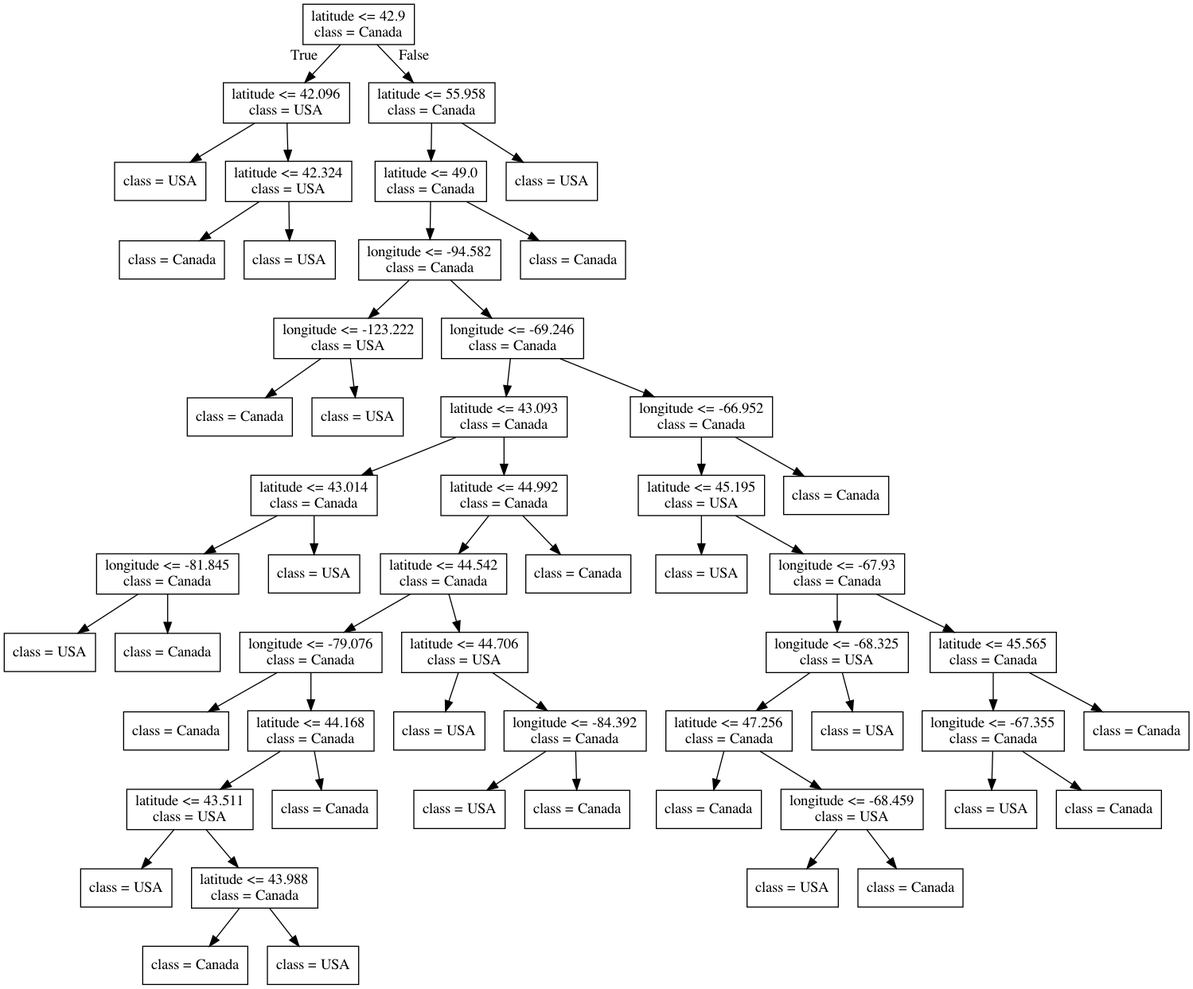
Above: lectures/Source.gv.png in bait509-ubc/BAIT509 (Graphviz), before the change. Its source is kept beside it as lectures/Source.gv.
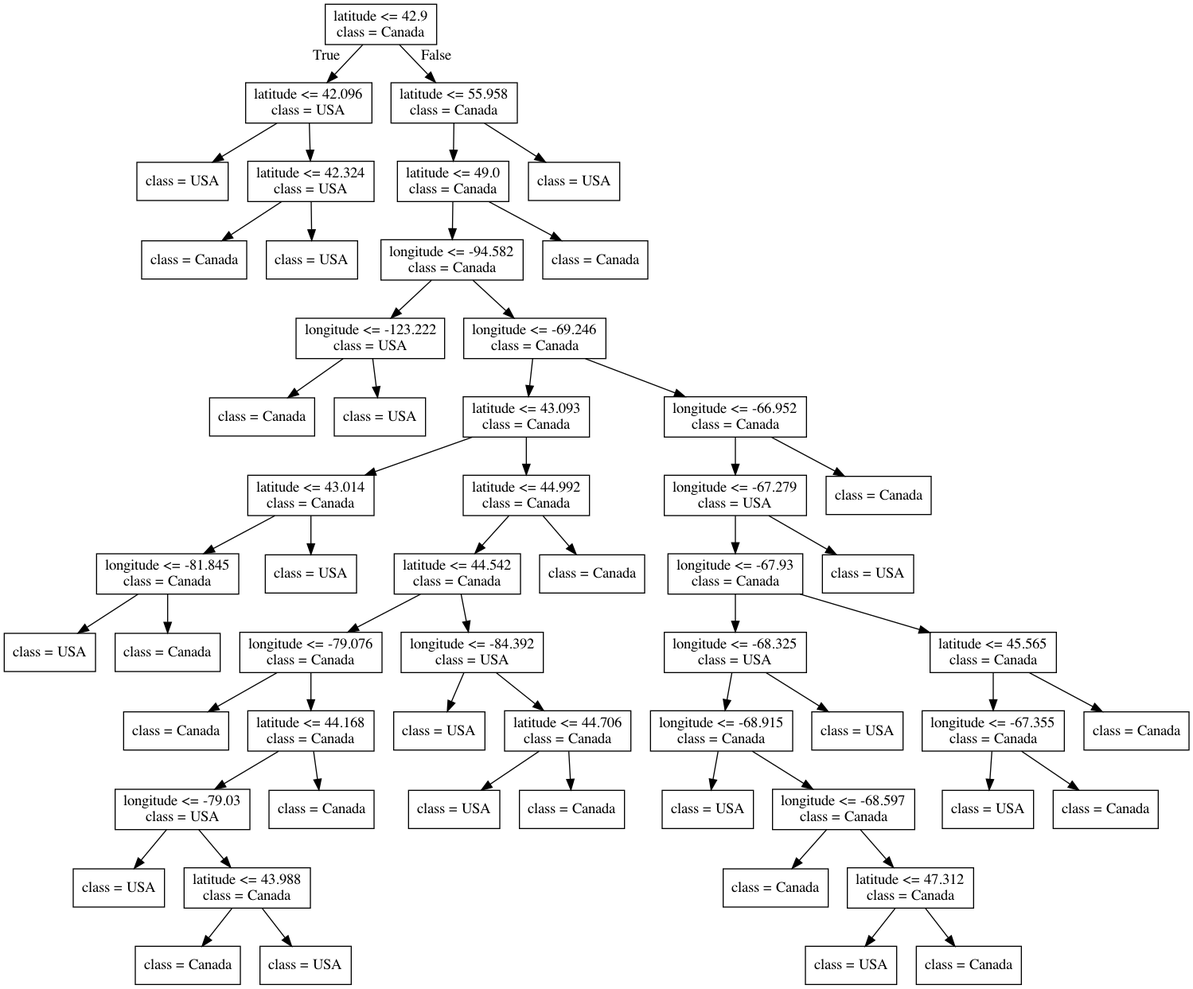
After the commit.

The edit, as a diff of the source:
```diff
@@ -47,7 +47,7 @@
 21 -> 22 ;
 23 [label="latitude <= 44.168\nclass = Canada"] ;
 21 -> 23 ;
-24 [label="latitude <= 43.511\nclass = USA"] ;
+24 [label="longitude <= -79.03\nclass = USA"] ;
 23 -> 24 ;
 25 [label="class = USA"] ;
 24 -> 25 ;
@@ -59,11 +59,11 @@
 26 -> 28 ;
 29 [label="class = Canada"] ;
 23 -> 29 ;
-30 [label="latitude <= 44.706\nclass = USA"] ;
+30 [label="longitude <= -84.392\nclass = USA"] ;
 20 -> 30 ;
 31 [label="class = USA"] ;
 30 -> 31 ;
-32 [label="longitude <= -84.392\nclass = Canada"] ;
+32 [label="latitude <= 44.706\nclass = Canada"] ;
 30 -> 32 ;
 33 [label="class = USA"] ;
 32 -> 33 ;
@@ -73,40 +73,44 @@
 19 -> 35 ;
 36 [label="longitude <= -66.952\nclass = Canada"] ;
 12 -> 36 ;
-37 [label="latitude <= 45.195\nclass = USA"] ;
+37 [label="longitude <= -67.279\nclass = USA"] ;
 36 -> 37 ;
-38 [label="class = USA"] ;
+38 [label="longitude <= -67.93\nclass = Canada"] ;
 37 -> 38 ;
-39 [label="longitude <= -67.93\nclass = Canada"] ;
-37 -> 39 ;
-40 [label="longitude <= -68.325\nclass = USA"] ;
+39 [label="longitude <= -68.325\nclass = USA"] ;
+38 -> 39 ;
+40 [label="longitude <= -68.915\nclass = Canada"] ;
 39 -> 40 ;
-41 [label="latitude <= 47.256\nclass = Canada"] ;
+41 [label="class = USA"] ;
 40 -> 41 ;
-42 [label="class = Canada"] ;
-41 -> 42 ;
-43 [label="longitude <= -68.459\nclass = USA"] ;
-41 -> 43 ;
-44 [label="class = USA"] ;
-43 -> 44 ;
-45 [label="class = Canada"] ;
-43 -> 45 ;
-46 [label="class = USA"] ;
-40 -> 46 ;
-47 [label="latitude <= 45.565\nclass = Canada"] ;
+42 [label="longitude <= -68.597\nclass = Canada"] ;
+40 -> 42 ;
+43 [label="class = Canada"] ;
+42 -> 43 ;
+44 [label="latitude <= 47.312\nclass = Canada"] ;
+42 -> 44 ;
+45 [label="class = USA"] ;
+44 -> 45 ;
+46 [label="class = Canada"] ;
+44 -> 46 ;
+47 [label="class = USA"] ;
 39 -> 47 ;
-48 [label="longitude <= -67.355\nclass = Canada"] ;
-47 -> 48 ;
-49 [label="class = USA"] ;
+48 [label="latitude <= 45.565\nclass = Canada"] ;
+38 -> 48 ;
+49 [label="longitude <= -67.355\nclass = Canada"] ;
 48 -> 49 ;
-50 [label="class = Canada"] ;
-48 -> 50 ;
+50 [label="class = USA"] ;
+49 -> 50 ;
 51 [label="class = Canada"] ;
-47 -> 51 ;
+49 -> 51 ;
 52 [label="class = Canada"] ;
-36 -> 52 ;
-53 [label="class = Canada"] ;
-7 -> 53 ;
-54 [label="class = USA"] ;
-6 -> 54 ;
+48 -> 52 ;
+53 [label="class = USA"] ;
+37 -> 53 ;
+54 [label="class = Canada"] ;
+36 -> 54 ;
+55 [label="class = Canada"] ;
+7 -> 55 ;
+56 [label="class = USA"] ;
+6 -> 56 ;
 }
```
